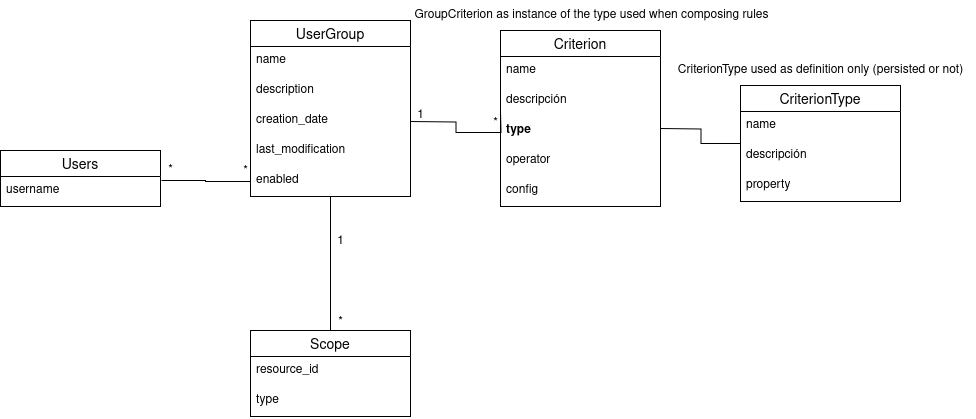
This is docs/_images/user-groups-data-model.png from openedx/openedx-user-groups, a draw.io export, as it was before one commit. Source tidied: cells renumbered, new cells last; positions are measured from the earlier drawing's top-left corner, leaving out a move shared by most shapes.
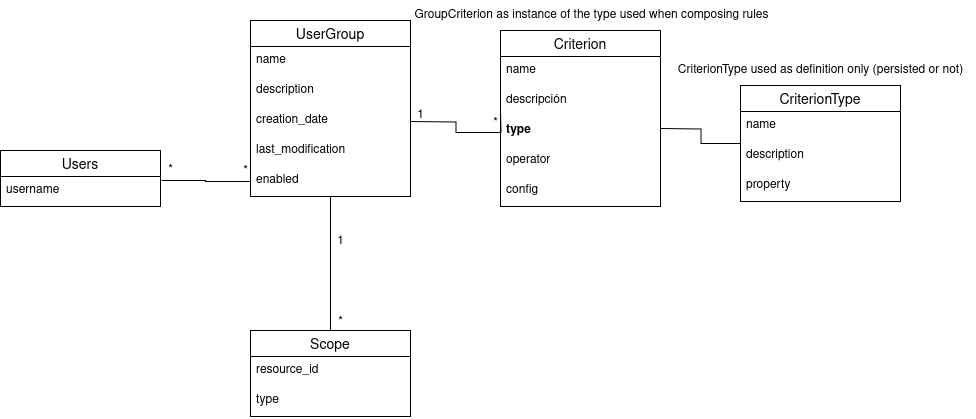
After the change.

Commit message:
fix: replace descripcion with description in diagram

The edit, as a diff of the source:
```diff
@@ -76,7 +76,7 @@
     <mxCell id="24" value="&lt;div&gt;name&lt;/div&gt;&lt;div&gt;&lt;br&gt;&lt;/div&gt;" style="text;strokeColor=none;fillColor=none;spacingLeft=4;spacingRight=4;overflow=hidden;fontSize=12;whiteSpace=wrap;html=1;" parent="23" vertex="1">
       <mxGeometry y="26" width="160" height="30" as="geometry" />
     </mxCell>
-    <mxCell id="25" value="descripción" style="text;strokeColor=none;fillColor=none;spacingLeft=4;spacingRight=4;overflow=hidden;fontSize=12;whiteSpace=wrap;html=1;" parent="23" vertex="1">
+    <mxCell id="25" value="description" style="text;strokeColor=none;fillColor=none;spacingLeft=4;spacingRight=4;overflow=hidden;fontSize=12;whiteSpace=wrap;html=1;" parent="23" vertex="1">
       <mxGeometry y="56" width="160" height="30" as="geometry" />
     </mxCell>
     <mxCell id="26" value="property" style="text;strokeColor=none;fillColor=none;spacingLeft=4;spacingRight=4;overflow=hidden;fontSize=12;whiteSpace=wrap;html=1;" parent="23" vertex="1">
```
